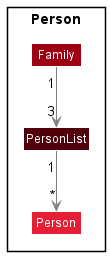
The PlantUML diagram docs/images/FamilyComponent.png in nus-cs2113-AY2122S2/tp, before a commit.
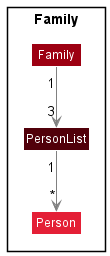
The same file after the commit.

Commit message:
Add a description for Family component class diagram

The edit, as a diff of the source:
```diff
@@ -1,7 +1,7 @@
 @startuml
 !include style.puml
 
-Package "Person" <<Rectangle>> {
+Package "Family" <<Rectangle>> {
     class Family MODEL_COLOR
     class PersonList MODEL_COLOR_T3
     class Person  MODEL_COLOR_T2
```
